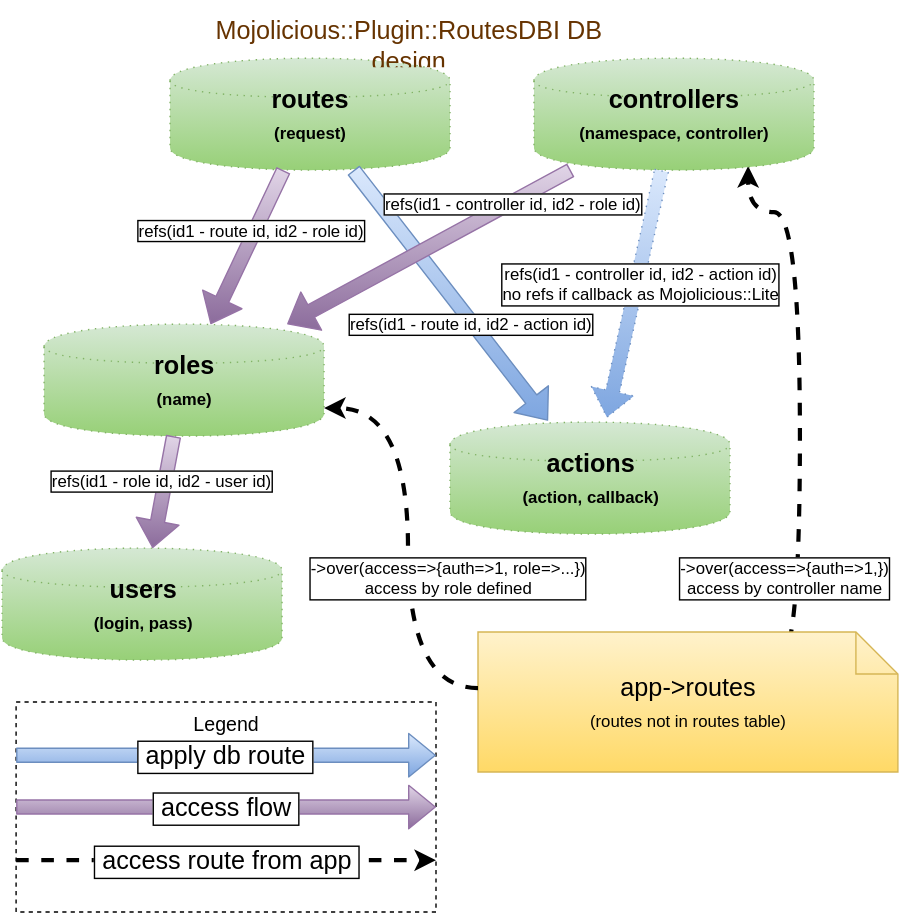
mche/Mojolicious-Plugin-RoutesAuthDBI keeps this draw.io diagram as Diagram.svg. Above is the earlier version. Source tidied: cells renumbered, new cells last; positions are measured from the earlier drawing's top-left corner, leaving out a move shared by most shapes.
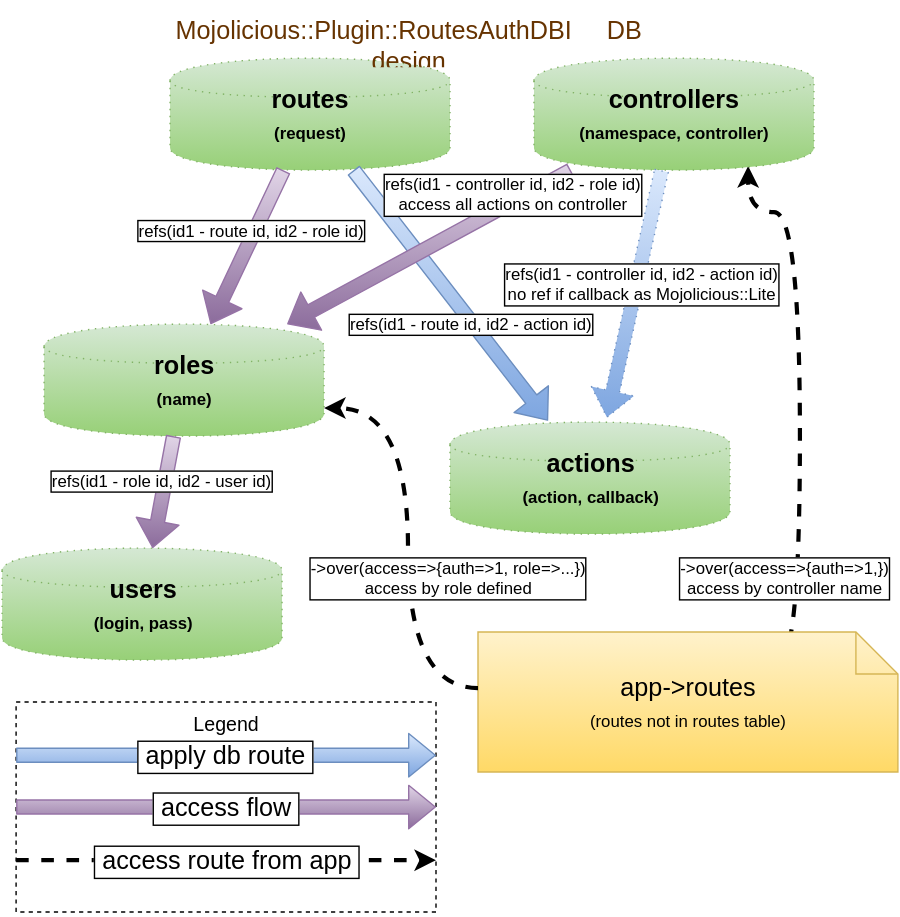
After the commit.

What changed in the source:
```diff
@@ -25,7 +25,7 @@
     <mxCell id="5" style="endArrow=classic;html=1;shape=flexArrow;entryX=0.56;entryY=-0.037;entryPerimeter=0;plain-blue;dashed=1;dashPattern=1 4;" parent="1" edge="1" source="4" target="11">
       <mxGeometry relative="1" as="geometry" />
     </mxCell>
-    <mxCell id="6" value="&lt;span&gt;refs(id1 - controller id, id2 - action id&lt;/span&gt;&lt;span&gt;)&lt;/span&gt;&lt;div&gt;&lt;span&gt;no refs if callback&lt;/span&gt;&lt;span style=&quot;line-height: 1.2&quot;&gt;&amp;nbsp;as Mojolicious::Lite&lt;/span&gt;&lt;/div&gt;" style="text;html=1;align=center;verticalAlign=middle;labelBackgroundColor=#ffffff;labelBorderColor=#000000;" parent="5" vertex="1">
+    <mxCell id="6" value="&lt;span&gt;refs(id1 - controller id, id2 - action id&lt;/span&gt;&lt;span&gt;)&lt;/span&gt;&lt;div&gt;&lt;span&gt;no ref if callback&lt;/span&gt;&lt;span style=&quot;line-height: 1.2&quot;&gt;&amp;nbsp;as Mojolicious::Lite&lt;/span&gt;&lt;/div&gt;" style="text;html=1;align=center;verticalAlign=middle;labelBackgroundColor=#ffffff;labelBorderColor=#000000;" parent="5" vertex="1">
       <mxGeometry x="-0.21" y="-1" relative="1" as="geometry">
         <mxPoint x="4" y="11" as="offset" />
       </mxGeometry>
@@ -58,7 +58,7 @@
     <mxCell id="14" style="endArrow=classic;html=1;shape=flexArrow;plain-purple;" parent="1" edge="1" source="4" target="10">
       <mxGeometry relative="1" as="geometry" />
     </mxCell>
-    <mxCell id="15" value="&lt;span&gt;refs(id1 - controller id, id2 - role&lt;/span&gt;&lt;span style=&quot;line-height: 1.2&quot;&gt;&amp;nbsp;id&lt;/span&gt;&lt;span style=&quot;line-height: 1.2&quot;&gt;)&lt;/span&gt;" style="text;html=1;align=center;verticalAlign=bottom;labelBackgroundColor=#ffffff;labelBorderColor=#000000;" parent="14" vertex="1">
+    <mxCell id="15" value="&lt;span&gt;refs(id1 - controller id, id2 - role&lt;/span&gt;&lt;span style=&quot;line-height: 1.2&quot;&gt;&amp;nbsp;id&lt;/span&gt;&lt;span style=&quot;line-height: 1.2&quot;&gt;)&lt;/span&gt;&lt;div&gt;&lt;span style=&quot;line-height: 1.2&quot;&gt;access all actions on controller&lt;/span&gt;&lt;/div&gt;" style="text;html=1;align=center;verticalAlign=bottom;labelBackgroundColor=#ffffff;labelBorderColor=#000000;" parent="14" vertex="1">
       <mxGeometry x="-0.21" y="-1" relative="1" as="geometry">
         <mxPoint x="41" y="-10" as="offset" />
       </mxGeometry>
@@ -105,7 +105,7 @@
         <mxPoint x="15" y="-3" as="offset" />
       </mxGeometry>
     </mxCell>
-    <mxCell id="27" value="Mojolicious::Plugin::RoutesDBI DB design" style="text;html=1;strokeColor=none;fillColor=none;align=center;verticalAlign=middle;whiteSpace=wrap;overflow=hidden;shadow=0;fontSize=18;fontColor=#663300;" parent="1" vertex="1">
+    <mxCell id="27" value="Mojolicious::Plugin::RoutesAuthDBI &amp;nbsp; &amp;nbsp; DB design" style="text;html=1;strokeColor=none;fillColor=none;align=center;verticalAlign=middle;whiteSpace=wrap;overflow=hidden;shadow=0;fontSize=18;fontColor=#663300;" parent="1" vertex="1">
       <mxGeometry width="580" height="40" as="geometry" />
     </mxCell>
   </root>
```
